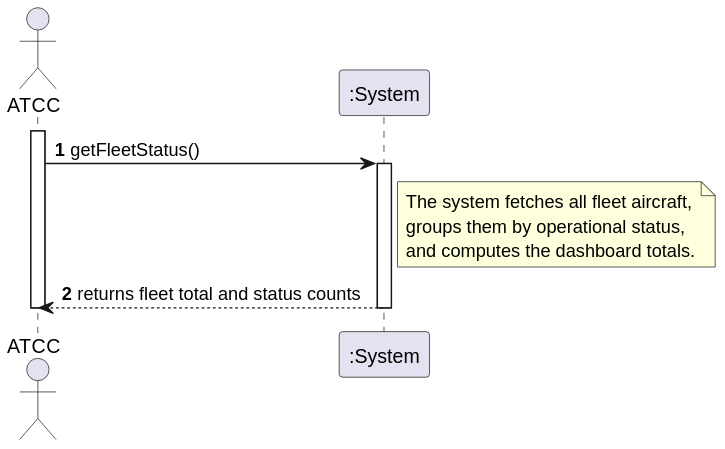
The PlantUML diagram docs/use-cases/WP#B/WP#1B/US205/svg/SSD/ssd_us205.svg in Martim690/PSOFT_2db_1240690_1241484_1230985_1240568, before a commit. The source it was exported from:
```plantuml
@startuml
autonumber
actor "ATCC" as ATCC
participant ":System" as System

activate ATCC
ATCC -> System : getFleetStatus()
activate System

note right of System: The system fetches all fleet aircraft,\ngroups them by operational status,\nand computes the dashboard totals.

System --> ATCC : returns fleet total and status counts
deactivate System
deactivate ATCC
@enduml
```
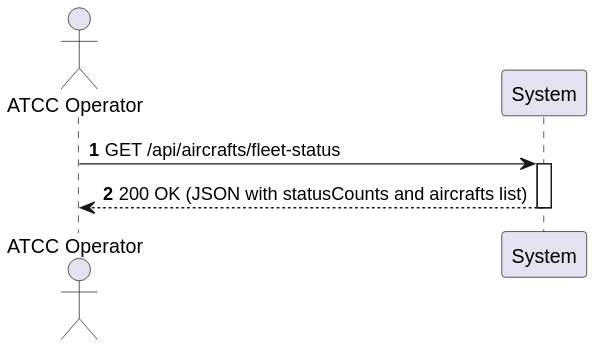
The same file after the commit.

Change to the diagram source:
```diff
@@ -1,15 +1,11 @@
 @startuml
 autonumber
-actor "ATCC" as ATCC
-participant ":System" as System
+actor "ATCC Operator" as ATCC
+participant "System" as System
 
-activate ATCC
-ATCC -> System : getFleetStatus()
+ATCC -> System: GET /api/aircrafts/fleet-status
 activate System
 
-note right of System: The system fetches all fleet aircraft,\ngroups them by operational status,\nand computes the dashboard totals.
-
-System --> ATCC : returns fleet total and status counts
+System --> ATCC: 200 OK (JSON with statusCounts and aircrafts list)
 deactivate System
-deactivate ATCC
 @enduml
```
